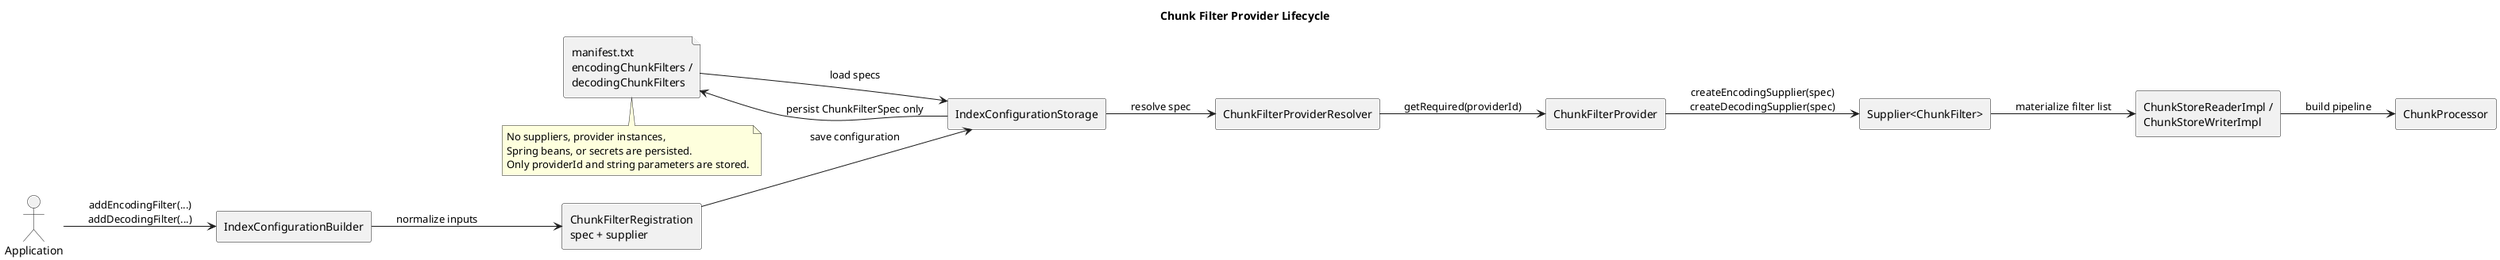
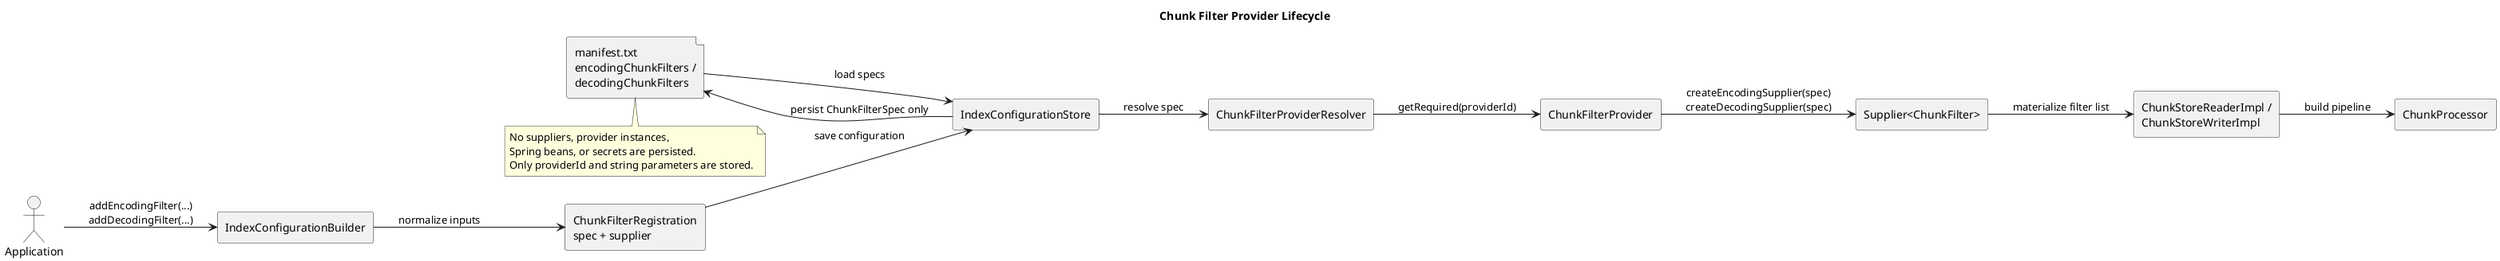
@startuml
title Chunk Filter Provider Lifecycle
skinparam backgroundColor transparent
skinparam shadowing false
left to right direction

actor Application
rectangle "IndexConfigurationBuilder" as Builder
rectangle "ChunkFilterRegistration\nspec + supplier" as Registration
- rectangle "IndexConfigurationStorage" as Storage
+ rectangle "IndexConfigurationStore" as Storage
file "manifest.txt\nencodingChunkFilters /\ndecodingChunkFilters" as Manifest
rectangle "ChunkFilterProviderResolver" as Resolver
rectangle "ChunkFilterProvider" as Provider
rectangle "Supplier<ChunkFilter>" as Supplier
rectangle "ChunkStoreReaderImpl /\nChunkStoreWriterImpl" as Runtime
rectangle "ChunkProcessor" as Processor

Application --> Builder : addEncodingFilter(...)\naddDecodingFilter(...)
Builder --> Registration : normalize inputs
Registration --> Storage : save configuration
Storage --> Manifest : persist ChunkFilterSpec only

Manifest --> Storage : load specs
Storage --> Resolver : resolve spec
Resolver --> Provider : getRequired(providerId)
Provider --> Supplier : createEncodingSupplier(spec)\ncreateDecodingSupplier(spec)
Supplier --> Runtime : materialize filter list
Runtime --> Processor : build pipeline

note bottom of Manifest
No suppliers, provider instances,
Spring beans, or secrets are persisted.
Only providerId and string parameters are stored.
end note
@enduml
